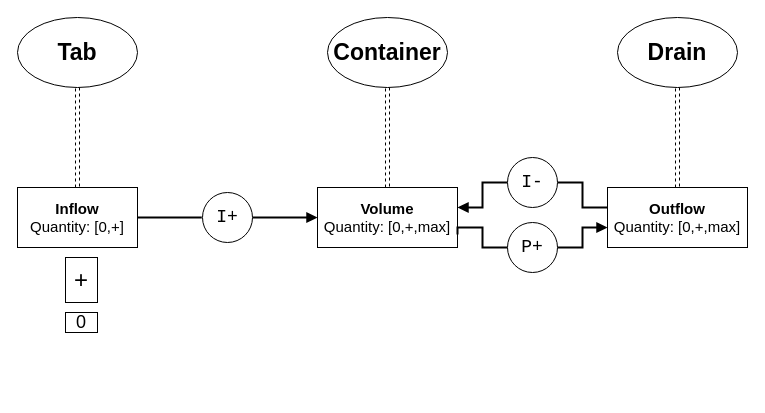
The draw.io diagram Untitled Diagram.drawio in ML77777/KR, before the edit. Source tidied: cells renumbered, new cells numbered last; positions are measured from the earlier drawing's top-left corner, leaving out a move shared by most shapes. Both pictures are drawn from the tidied source at 100%, with x=0, y=0 at pixel (17, 17).
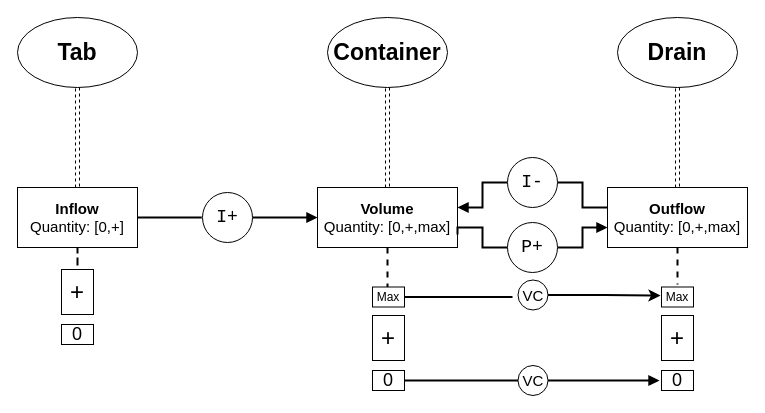
Above is the later version.

Unchanged cells that the change refers to:
```xml
<mxCell id="9" value="&lt;div&gt;&lt;font size=&quot;1&quot;&gt;&lt;b style=&quot;font-size: 15px&quot;&gt;Inflow&lt;/b&gt;&lt;/font&gt;&lt;/div&gt;&lt;div&gt;&lt;font size=&quot;1&quot;&gt;&lt;span style=&quot;font-size: 15px&quot;&gt;Quantity: [0,+]&lt;/span&gt;&lt;b style=&quot;font-size: 15px&quot;&gt;&lt;br&gt;&lt;/b&gt;&lt;/font&gt;&lt;/div&gt;" style="rounded=0;whiteSpace=wrap;html=1;" parent="1" vertex="1">
  <mxGeometry y="170" width="120" height="60" as="geometry" />
</mxCell>
<mxCell id="10" value="&lt;div&gt;&lt;font size=&quot;1&quot;&gt;&lt;b style=&quot;font-size: 15px&quot;&gt;Volume&lt;/b&gt;&lt;/font&gt;&lt;/div&gt;&lt;div&gt;&lt;font size=&quot;1&quot;&gt;&lt;span style=&quot;font-size: 15px&quot;&gt;Quantity: [0,+,max]&lt;/span&gt;&lt;b style=&quot;font-size: 15px&quot;&gt;&lt;br&gt;&lt;/b&gt;&lt;/font&gt;&lt;/div&gt;" style="rounded=0;whiteSpace=wrap;html=1;" parent="1" vertex="1">
  <mxGeometry x="300" y="170" width="140" height="60" as="geometry" />
</mxCell>
<mxCell id="12" value="&lt;div&gt;&lt;font size=&quot;1&quot;&gt;&lt;b style=&quot;font-size: 15px&quot;&gt;Outflow&lt;/b&gt;&lt;/font&gt;&lt;/div&gt;&lt;div&gt;&lt;font size=&quot;1&quot;&gt;&lt;span style=&quot;font-size: 15px&quot;&gt;Quantity: [0,+,max]&lt;/span&gt;&lt;b style=&quot;font-size: 15px&quot;&gt;&lt;br&gt;&lt;/b&gt;&lt;/font&gt;&lt;/div&gt;" style="rounded=0;whiteSpace=wrap;html=1;" parent="1" vertex="1">
  <mxGeometry x="590" y="170" width="140" height="60" as="geometry" />
</mxCell>
```

Diff of the diagram source:
```diff
@@
+    <mxCell id="22" style="edgeStyle=orthogonalEdgeStyle;rounded=0;jettySize=auto;html=1;startArrow=none;startFill=0;endArrow=none;endFill=0;strokeWidth=2;dashed=1;" parent="1" edge="1" source="9" target="21">
+      <mxGeometry relative="1" as="geometry" />
+    </mxCell>
@@
+    <mxCell id="23" style="edgeStyle=orthogonalEdgeStyle;rounded=0;jettySize=auto;html=1;entryX=0.469;entryY=0.025;entryDx=0;entryDy=0;entryPerimeter=0;dashed=1;startArrow=none;startFill=0;endArrow=none;endFill=0;strokeWidth=2;" parent="1" edge="1" source="10" target="29">
+      <mxGeometry relative="1" as="geometry" />
+    </mxCell>
@@
+    <mxCell id="24" style="edgeStyle=orthogonalEdgeStyle;rounded=0;jettySize=auto;html=1;entryX=0.5;entryY=-0.125;entryDx=0;entryDy=0;entryPerimeter=0;dashed=1;startArrow=none;startFill=0;endArrow=none;endFill=0;strokeWidth=2;" parent="1" edge="1" source="12" target="34">
+      <mxGeometry relative="1" as="geometry" />
+    </mxCell>
@@
     <mxCell id="20" value="&lt;font style=&quot;font-size: 18px&quot;&gt;0&lt;/font&gt;" style="rounded=0;whiteSpace=wrap;html=1;" parent="1" vertex="1">
-      <mxGeometry x="48" y="295" width="32" height="20" as="geometry" />
+      <mxGeometry x="44" y="307" width="32" height="20" as="geometry" />
     </mxCell>
     <mxCell id="21" value="&lt;font style=&quot;font-size: 24px&quot;&gt;+&lt;/font&gt;" style="rounded=0;whiteSpace=wrap;html=1;" parent="1" vertex="1">
-      <mxGeometry x="48" y="240" width="32" height="45" as="geometry" />
+      <mxGeometry x="44" y="252" width="32" height="45" as="geometry" />
     </mxCell>
+    <mxCell id="25" style="edgeStyle=orthogonalEdgeStyle;rounded=0;jettySize=auto;html=1;startArrow=none;startFill=0;endArrow=none;endFill=0;strokeWidth=2;" parent="1" edge="1" source="26" target="36">
+      <mxGeometry relative="1" as="geometry" />
+    </mxCell>
+    <mxCell id="26" value="&lt;font style=&quot;font-size: 18px&quot;&gt;0&lt;/font&gt;" style="rounded=0;whiteSpace=wrap;html=1;" parent="1" vertex="1">
+      <mxGeometry x="355" y="353" width="32" height="20" as="geometry" />
+    </mxCell>
+    <mxCell id="27" value="&lt;font style=&quot;font-size: 24px&quot;&gt;+&lt;/font&gt;" style="rounded=0;whiteSpace=wrap;html=1;" parent="1" vertex="1">
+      <mxGeometry x="355" y="298" width="32" height="45" as="geometry" />
+    </mxCell>
+    <mxCell id="28" style="edgeStyle=orthogonalEdgeStyle;rounded=0;jettySize=auto;html=1;startArrow=none;startFill=0;endArrow=none;endFill=0;strokeWidth=2;" parent="1" edge="1" source="29">
+      <mxGeometry relative="1" as="geometry">
+        <mxPoint x="495" y="279.5" as="targetPoint" />
+      </mxGeometry>
+    </mxCell>
+    <mxCell id="29" value="Max" style="rounded=0;whiteSpace=wrap;html=1;" parent="1" vertex="1">
+      <mxGeometry x="355" y="269.5" width="32" height="20" as="geometry" />
+    </mxCell>
+    <mxCell id="30" style="edgeStyle=orthogonalEdgeStyle;rounded=0;jettySize=auto;html=1;entryX=-0.031;entryY=0.425;entryDx=0;entryDy=0;entryPerimeter=0;startArrow=none;startFill=0;endArrow=classic;endFill=1;strokeWidth=2;" parent="1" edge="1" source="31" target="34">
+      <mxGeometry relative="1" as="geometry" />
+    </mxCell>
+    <mxCell id="31" value="&lt;font style=&quot;font-size: 15px&quot;&gt;VC&lt;/font&gt;" style="ellipse;whiteSpace=wrap;html=1;" parent="1" vertex="1">
+      <mxGeometry x="500.5" y="262.5" width="30" height="30" as="geometry" />
+    </mxCell>
+    <mxCell id="32" value="&lt;font style=&quot;font-size: 18px&quot;&gt;0&lt;/font&gt;" style="rounded=0;whiteSpace=wrap;html=1;" parent="1" vertex="1">
+      <mxGeometry x="644" y="353" width="32" height="20" as="geometry" />
+    </mxCell>
+    <mxCell id="33" value="&lt;font style=&quot;font-size: 24px&quot;&gt;+&lt;/font&gt;" style="rounded=0;whiteSpace=wrap;html=1;" parent="1" vertex="1">
+      <mxGeometry x="644" y="298" width="32" height="45" as="geometry" />
+    </mxCell>
+    <mxCell id="34" value="Max" style="rounded=0;whiteSpace=wrap;html=1;" parent="1" vertex="1">
+      <mxGeometry x="644" y="269.5" width="32" height="20" as="geometry" />
+    </mxCell>
+    <mxCell id="35" style="edgeStyle=orthogonalEdgeStyle;rounded=0;jettySize=auto;html=1;entryX=-0.062;entryY=0.5;entryDx=0;entryDy=0;entryPerimeter=0;startArrow=none;startFill=0;endArrow=block;endFill=1;strokeWidth=2;" parent="1" edge="1" source="36" target="32">
+      <mxGeometry relative="1" as="geometry" />
+    </mxCell>
+    <mxCell id="36" value="&lt;font style=&quot;font-size: 15px&quot;&gt;VC&lt;/font&gt;" style="ellipse;whiteSpace=wrap;html=1;" parent="1" vertex="1">
+      <mxGeometry x="500.5" y="348" width="30" height="30" as="geometry" />
+    </mxCell>
```
